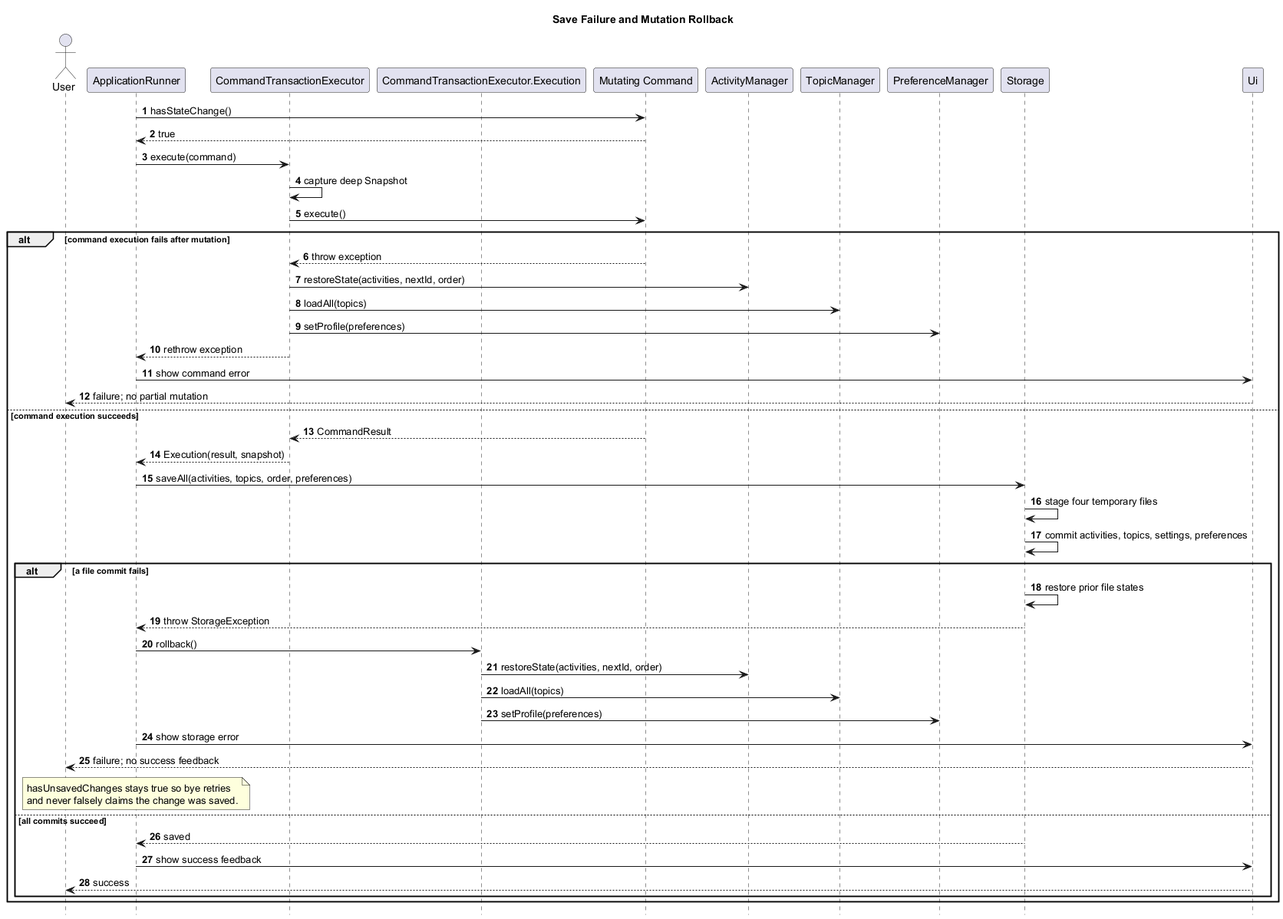
The PlantUML diagram docs/diagrams/sequence/MutationRollbackSequence.png in lukelouyu/SelfTeamProject, before a commit.
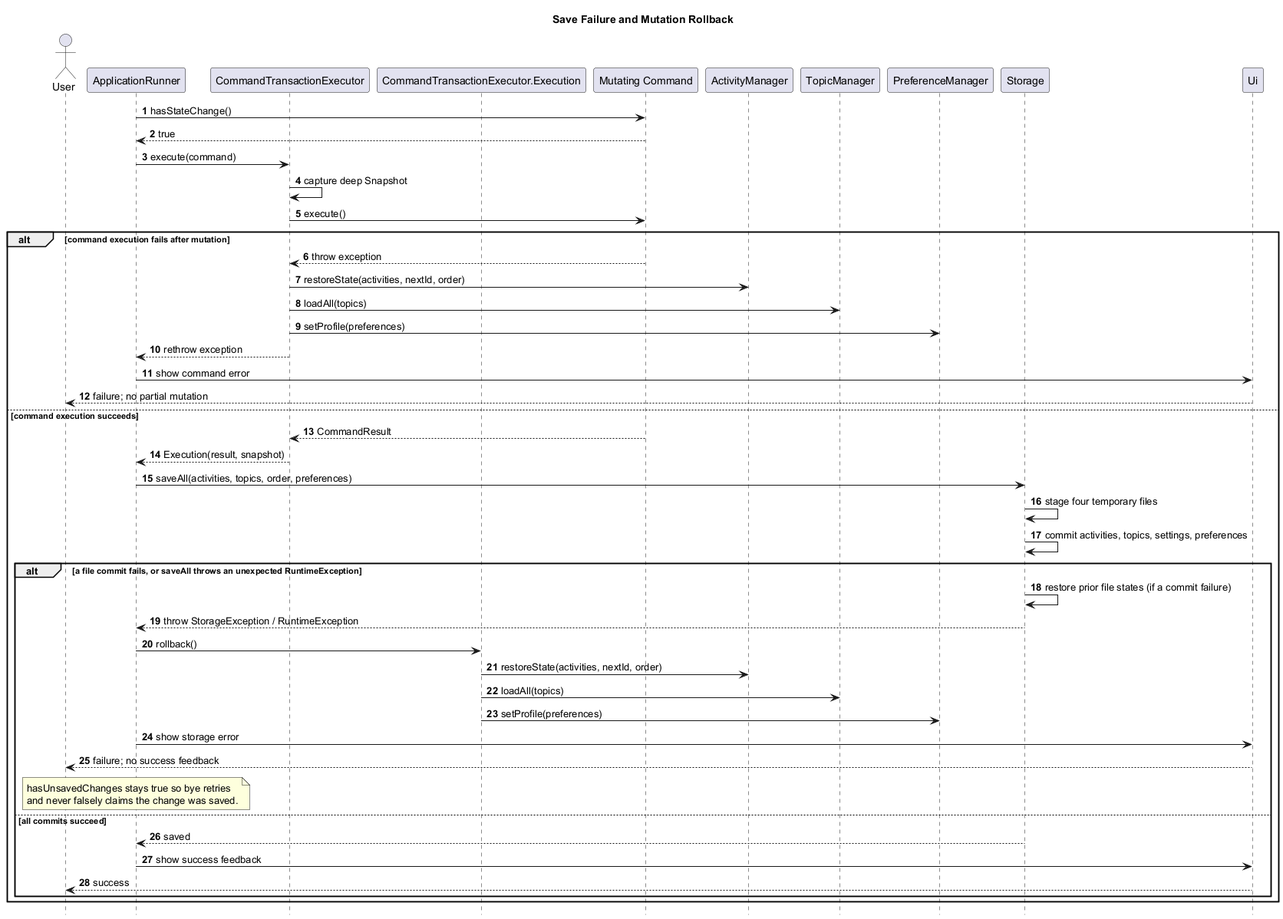
Above is the later version.

Commit message:
docs: synchronize rollback docs and diagram with RuntimeException coverage

Diff of the diagram source:
```diff
@@ -35,9 +35,9 @@
   Runner -> Storage : saveAll(activities, topics, order, preferences)
   Storage -> Storage : stage four temporary files
   Storage -> Storage : commit activities, topics, settings, preferences
-  alt a file commit fails
-    Storage -> Storage : restore prior file states
-    Storage --> Runner : throw StorageException
+  alt a file commit fails, or saveAll throws an unexpected RuntimeException
+    Storage -> Storage : restore prior file states (if a commit failure)
+    Storage --> Runner : throw StorageException / RuntimeException
     Runner -> Execution : rollback()
     Execution -> ActivityManager : restoreState(activities, nextId, order)
     Execution -> TopicManager : loadAll(topics)
```
